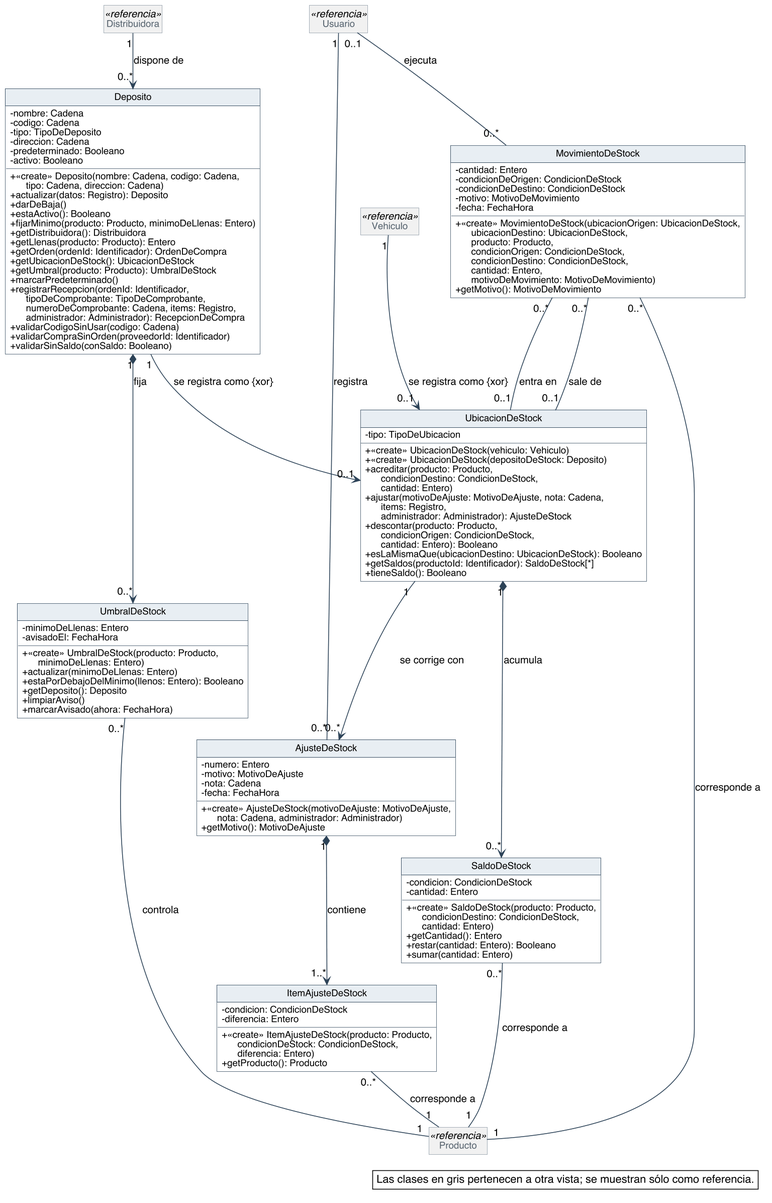
This is diagramas/clases-diseno/DC_Stock-fisico.png from Nahuelito-Dev/splg-docs, a PlantUML export, as it was before one commit.
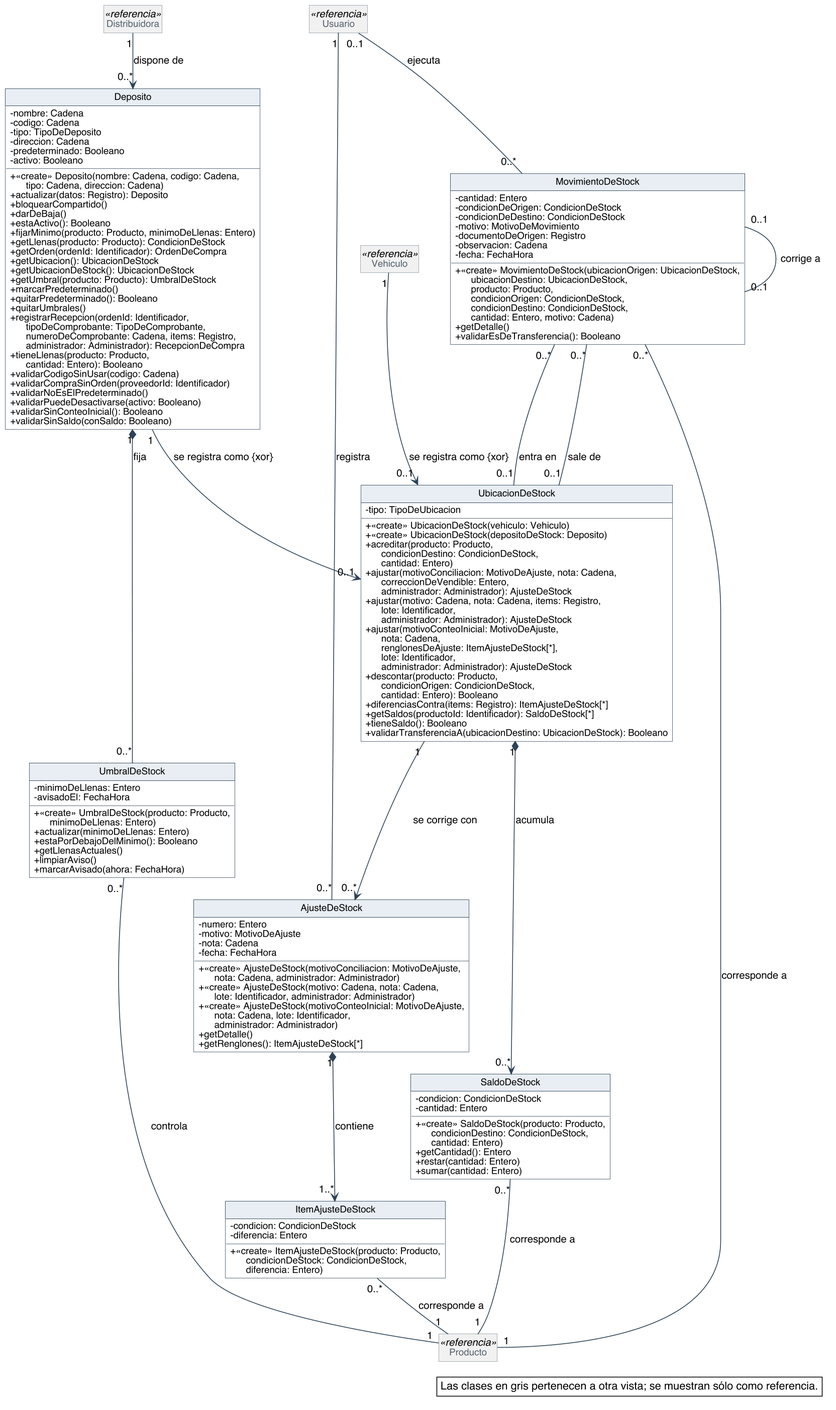
Above is the later version.

Diff of the diagram source:
```diff
@@ -66,18 +66,25 @@
   - activo: Booleano
   + «create» Deposito(nombre: Cadena, codigo: Cadena,\n      tipo: Cadena, direccion: Cadena)
   + actualizar(datos: Registro): Deposito
+  + bloquearCompartido()
   + darDeBaja()
   + estaActivo(): Booleano
   + fijarMinimo(producto: Producto, minimoDeLlenas: Entero)
-  + getDistribuidora(): Distribuidora
-  + getLlenas(producto: Producto): Entero
+  + getLlenas(producto: Producto): CondicionDeStock
   + getOrden(ordenId: Identificador): OrdenDeCompra
+  + getUbicacion(): UbicacionDeStock
   + getUbicacionDeStock(): UbicacionDeStock
   + getUmbral(producto: Producto): UmbralDeStock
   + marcarPredeterminado()
+  + quitarPredeterminado(): Booleano
+  + quitarUmbrales()
   + registrarRecepcion(ordenId: Identificador,\n      tipoDeComprobante: TipoDeComprobante,\n      numeroDeComprobante: Cadena, items: Registro,\n      administrador: Administrador): RecepcionDeCompra
+  + tieneLlenas(producto: Producto,\n      cantidad: Entero): Booleano
   + validarCodigoSinUsar(codigo: Cadena)
   + validarCompraSinOrden(proveedorId: Identificador)
+  + validarNoEsElPredeterminado()
+  + validarPuedeDesactivarse(activo: Booleano)
+  + validarSinConteoInicial(): Booleano
   + validarSinSaldo(conSaldo: Booleano)
 }
 class UbicacionDeStock {
@@ -85,18 +92,21 @@
   + «create» UbicacionDeStock(vehiculo: Vehiculo)
   + «create» UbicacionDeStock(depositoDeStock: Deposito)
   + acreditar(producto: Producto,\n      condicionDestino: CondicionDeStock,\n      cantidad: Entero)
-  + ajustar(motivoDeAjuste: MotivoDeAjuste, nota: Cadena,\n      items: Registro,\n      administrador: Administrador): AjusteDeStock
+  + ajustar(motivoConciliacion: MotivoDeAjuste, nota: Cadena,\n      correccionDeVendible: Entero,\n      administrador: Administrador): AjusteDeStock
+  + ajustar(motivo: Cadena, nota: Cadena, items: Registro,\n      lote: Identificador,\n      administrador: Administrador): AjusteDeStock
+  + ajustar(motivoConteoInicial: MotivoDeAjuste,\n      nota: Cadena,\n      renglonesDeAjuste: ItemAjusteDeStock[*],\n      lote: Identificador,\n      administrador: Administrador): AjusteDeStock
   + descontar(producto: Producto,\n      condicionOrigen: CondicionDeStock,\n      cantidad: Entero): Booleano
-  + esLaMismaQue(ubicacionDestino: UbicacionDeStock): Booleano
+  + diferenciasContra(items: Registro): ItemAjusteDeStock[*]
   + getSaldos(productoId: Identificador): SaldoDeStock[*]
   + tieneSaldo(): Booleano
+  + validarTransferenciaA(ubicacionDestino: UbicacionDeStock): Booleano
 }
 class SaldoDeStock {
   - condicion: CondicionDeStock
   - cantidad: Entero
   + «create» SaldoDeStock(producto: Producto,\n      condicionDestino: CondicionDeStock,\n      cantidad: Entero)
   + getCantidad(): Entero
-  + restar(cantidad: Entero): Booleano
+  + restar(cantidad: Entero)
   + sumar(cantidad: Entero)
 }
 class MovimientoDeStock {
@@ -104,17 +114,20 @@
   - condicionDeOrigen: CondicionDeStock
   - condicionDeDestino: CondicionDeStock
   - motivo: MotivoDeMovimiento
+  - documentoDeOrigen: Registro
+  - observacion: Cadena
   - fecha: FechaHora
-  + «create» MovimientoDeStock(ubicacionOrigen: UbicacionDeStock,\n      ubicacionDestino: UbicacionDeStock,\n      producto: Producto,\n      condicionOrigen: CondicionDeStock,\n      condicionDestino: CondicionDeStock,\n      cantidad: Entero,\n      motivoDeMovimiento: MotivoDeMovimiento)
-  + getMotivo(): MotivoDeMovimiento
+  + «create» MovimientoDeStock(ubicacionOrigen: UbicacionDeStock,\n      ubicacionDestino: UbicacionDeStock,\n      producto: Producto,\n      condicionOrigen: CondicionDeStock,\n      condicionDestino: CondicionDeStock,\n      cantidad: Entero, motivo: Cadena)
+  + getDetalle()
+  + validarEsDeTransferencia(): Booleano
 }
 class UmbralDeStock {
   - minimoDeLlenas: Entero
   - avisadoEl: FechaHora
   + «create» UmbralDeStock(producto: Producto,\n      minimoDeLlenas: Entero)
   + actualizar(minimoDeLlenas: Entero)
-  + estaPorDebajoDelMinimo(llenos: Entero): Booleano
-  + getDeposito(): Deposito
+  + estaPorDebajoDelMinimo(): Booleano
+  + getLlenasActuales()
   + limpiarAviso()
   + marcarAvisado(ahora: FechaHora)
 }
@@ -123,14 +136,16 @@
   - motivo: MotivoDeAjuste
   - nota: Cadena
   - fecha: FechaHora
-  + «create» AjusteDeStock(motivoDeAjuste: MotivoDeAjuste,\n      nota: Cadena, administrador: Administrador)
-  + getMotivo(): MotivoDeAjuste
+  + «create» AjusteDeStock(motivoConciliacion: MotivoDeAjuste,\n      nota: Cadena, administrador: Administrador)
+  + «create» AjusteDeStock(motivo: Cadena, nota: Cadena,\n      lote: Identificador, administrador: Administrador)
+  + «create» AjusteDeStock(motivoConteoInicial: MotivoDeAjuste,\n      nota: Cadena, lote: Identificador,\n      administrador: Administrador)
+  + getDetalle()
+  + getRenglones(): ItemAjusteDeStock[*]
 }
 class ItemAjusteDeStock {
   - condicion: CondicionDeStock
   - diferencia: Entero
   + «create» ItemAjusteDeStock(producto: Producto,\n      condicionDeStock: CondicionDeStock,\n      diferencia: Entero)
-  + getProducto(): Producto
 }
 class Producto <<referencia>>
 class Vehiculo <<referencia>>
@@ -146,12 +161,13 @@
 MovimientoDeStock "0..*" -- "0..1" UbicacionDeStock : sale de
 MovimientoDeStock "0..*" -- "0..1" UbicacionDeStock : entra en
 Usuario "0..1" -- "0..*" MovimientoDeStock : ejecuta
-Deposito "1" *--> "0..*" UmbralDeStock : fija
+Deposito "1" *-- "0..*" UmbralDeStock : fija
 UmbralDeStock "0..*" -- "1" Producto : controla
 UbicacionDeStock "1" --> "0..*" AjusteDeStock : se corrige con
 AjusteDeStock "1" *--> "1..*" ItemAjusteDeStock : contiene
 ItemAjusteDeStock "0..*" -- "1" Producto : corresponde a
 Usuario "1" -- "0..*" AjusteDeStock : registra
+MovimientoDeStock "0..1" -- "0..1" MovimientoDeStock : corrige a
 
 legend bottom right
   Las clases en gris pertenecen a otra vista; se muestran sólo como referencia.
```
